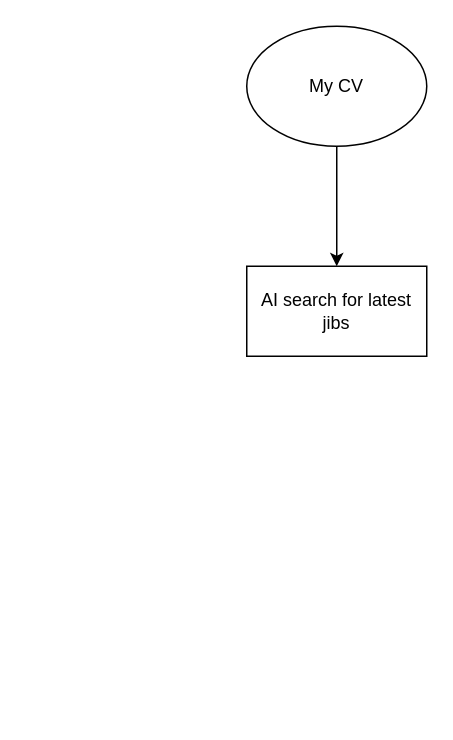
The draw.io diagram Diagrams/Untitled Diagram.drawio in JaneyRG/AI_Job_Finder, before the edit. Source tidied: cells renumbered, new cells numbered last; positions are measured from the earlier drawing's top-left corner, leaving out a move shared by most shapes. Both pictures are drawn from the tidied source at 150%, with x=0, y=0 at pixel (246, 26).
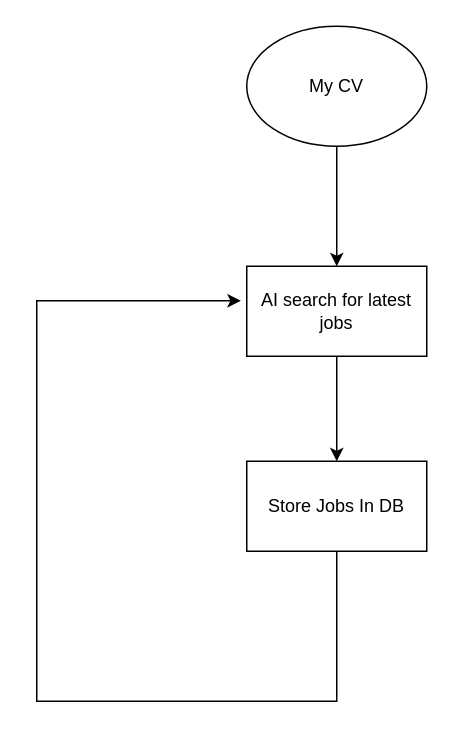
After the change.

Commit message:
The Flow Daigram

Change to the diagram source:
```diff
@@
 <mxGraphModel>
   <root>
     <mxCell id="0" />
     <mxCell id="1" parent="0" />
-    <mxCell id="2" value="AI search for latest jibs" style="rounded=0;whiteSpace=wrap;html=1;" parent="1" vertex="1">
+    <mxCell id="2" value="AI search for latest jobs" style="rounded=0;whiteSpace=wrap;html=1;" parent="1" vertex="1">
       <mxGeometry y="160" width="120" height="60" as="geometry" />
     </mxCell>
     <mxCell id="3" value="My CV" style="ellipse;whiteSpace=wrap;html=1;" parent="1" vertex="1">
       <mxGeometry width="120" height="80" as="geometry" />
     </mxCell>
     <mxCell id="4" style="endArrow=classic;html=1;rounded=0;exitX=0.5;exitY=1;exitDx=0;exitDy=0;entryX=0.5;entryY=0;entryDx=0;entryDy=0;" parent="1" edge="1" source="3" target="2">
       <mxGeometry relative="1" as="geometry" />
     </mxCell>
+    <mxCell id="5" value="Store Jobs In DB" style="rounded=0;whiteSpace=wrap;html=1;" parent="1" vertex="1">
+      <mxGeometry y="290" width="120" height="60" as="geometry" />
+    </mxCell>
+    <mxCell id="6" style="endArrow=classic;html=1;rounded=0;exitX=0.5;exitY=1;exitDx=0;exitDy=0;entryX=0.5;entryY=0;entryDx=0;entryDy=0;" parent="1" edge="1" source="2" target="5">
+      <mxGeometry relative="1" as="geometry" />
+    </mxCell>
+    <mxCell id="7" style="endArrow=classic;html=1;rounded=0;entryX=-0.033;entryY=0.383;entryDx=0;entryDy=0;entryPerimeter=0;exitX=0.5;exitY=1;exitDx=0;exitDy=0;" parent="1" edge="1" source="5" target="2">
+      <mxGeometry relative="1" as="geometry">
+        <Array as="points">
+          <mxPoint x="60" y="450" />
+          <mxPoint x="-140" y="450" />
+          <mxPoint x="-140" y="183" />
+        </Array>
+      </mxGeometry>
+    </mxCell>
   </root>
 </mxGraphModel>
```
